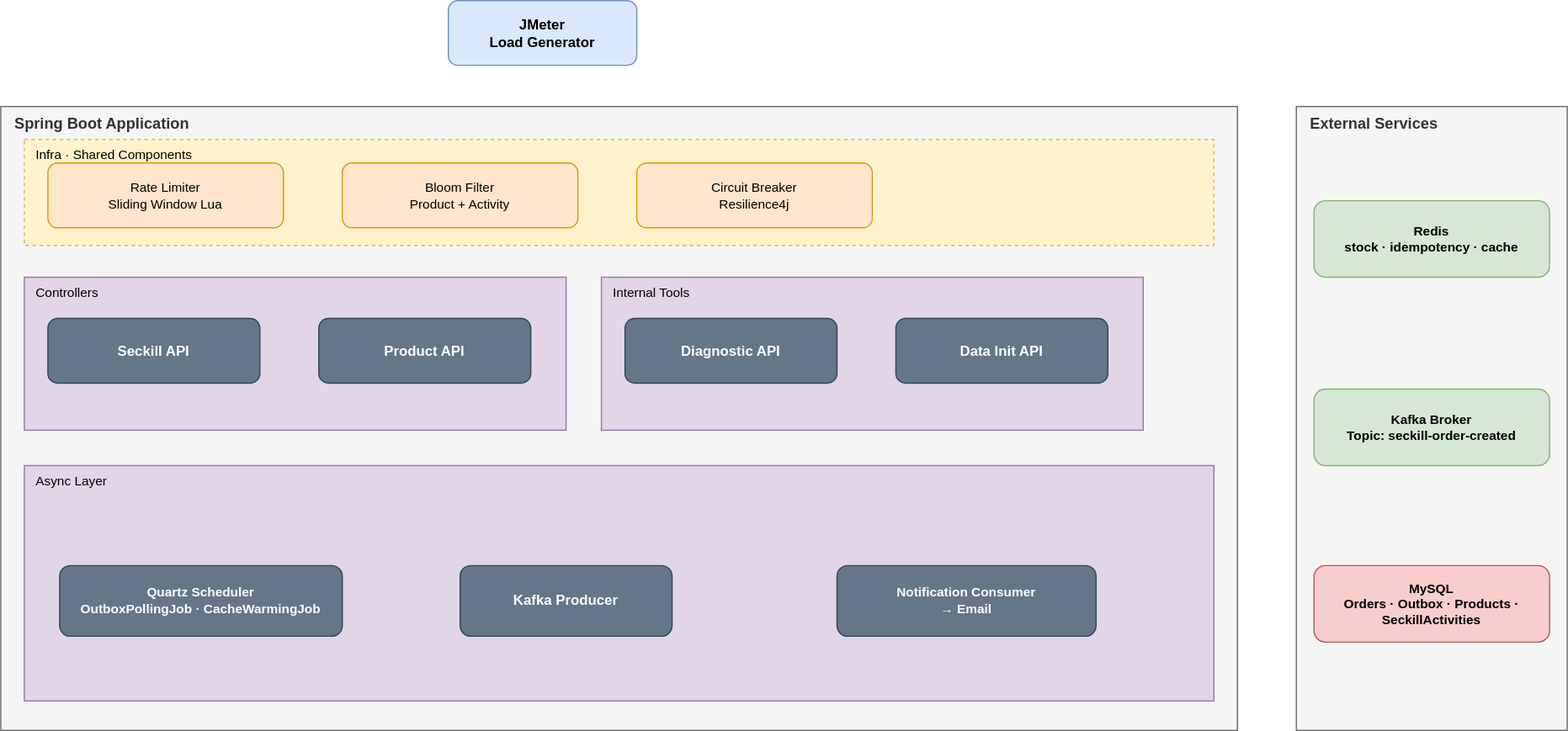
This is docs/images/architecture.svg from Kazama1996/high-concurrency-seckill-system, a draw.io export, as it was before one commit. Source tidied: cells renumbered, new cells last; positions are measured from the earlier drawing's top-left corner, leaving out a move shared by most shapes. Its diagram source:
```xml
<mxGraphModel>
  <root>
    <mxCell id="0" />
    <mxCell id="1" parent="0" />
    <mxCell id="2" value="JMeter&#10;Load Generator" style="rounded=1;whiteSpace=wrap;html=1;fillColor=#dae8fc;strokeColor=#6c8ebf;fontStyle=1;fontSize=12;" parent="1" vertex="1">
      <mxGeometry x="380" width="160" height="55" as="geometry" />
    </mxCell>
    <mxCell id="3" value="Spring Boot Application" style="rounded=0;whiteSpace=wrap;html=1;fillColor=#f5f5f5;strokeColor=#666666;fontColor=#333333;verticalAlign=top;align=left;spacingLeft=10;fontStyle=1;fontSize=13;" parent="1" vertex="1">
      <mxGeometry y="90" width="1050" height="530" as="geometry" />
    </mxCell>
    <mxCell id="4" value="Infra · Shared Components" style="rounded=0;whiteSpace=wrap;html=1;fillColor=#fff2cc;strokeColor=#d6b656;dashed=1;verticalAlign=top;align=left;spacingLeft=8;fontSize=11;" parent="1" vertex="1">
      <mxGeometry x="20" y="118" width="1010" height="90" as="geometry" />
    </mxCell>
    <mxCell id="5" value="Rate Limiter&#10;Sliding Window Lua" style="rounded=1;whiteSpace=wrap;html=1;fillColor=#ffe6cc;strokeColor=#d79b00;fontSize=11;" parent="1" vertex="1">
      <mxGeometry x="40" y="138" width="200" height="55" as="geometry" />
    </mxCell>
    <mxCell id="6" value="Bloom Filter&#10;Product + Activity" style="rounded=1;whiteSpace=wrap;html=1;fillColor=#ffe6cc;strokeColor=#d79b00;fontSize=11;" parent="1" vertex="1">
      <mxGeometry x="290" y="138" width="200" height="55" as="geometry" />
    </mxCell>
    <mxCell id="7" value="Circuit Breaker&#10;Resilience4j" style="rounded=1;whiteSpace=wrap;html=1;fillColor=#ffe6cc;strokeColor=#d79b00;fontSize=11;" parent="1" vertex="1">
      <mxGeometry x="540" y="138" width="200" height="55" as="geometry" />
    </mxCell>
    <mxCell id="8" value="Controllers" style="rounded=0;whiteSpace=wrap;html=1;fillColor=#e1d5e7;strokeColor=#9673a6;verticalAlign=top;align=left;spacingLeft=8;fontSize=11;" parent="1" vertex="1">
      <mxGeometry x="20" y="235" width="460" height="130" as="geometry" />
    </mxCell>
    <mxCell id="9" value="Seckill API" style="rounded=1;whiteSpace=wrap;html=1;fillColor=#647687;fontColor=#ffffff;strokeColor=#314354;fontStyle=1;" parent="1" vertex="1">
      <mxGeometry x="40" y="270" width="180" height="55" as="geometry" />
    </mxCell>
    <mxCell id="10" value="Product API" style="rounded=1;whiteSpace=wrap;html=1;fillColor=#647687;fontColor=#ffffff;strokeColor=#314354;fontStyle=1;" parent="1" vertex="1">
      <mxGeometry x="270" y="270" width="180" height="55" as="geometry" />
    </mxCell>
    <mxCell id="11" value="Internal Tools" style="rounded=0;whiteSpace=wrap;html=1;fillColor=#e1d5e7;strokeColor=#9673a6;verticalAlign=top;align=left;spacingLeft=8;fontSize=11;" parent="1" vertex="1">
      <mxGeometry x="510" y="235" width="460" height="130" as="geometry" />
    </mxCell>
    <mxCell id="12" value="Diagnostic API" style="rounded=1;whiteSpace=wrap;html=1;fillColor=#647687;fontColor=#ffffff;strokeColor=#314354;fontStyle=1;" parent="1" vertex="1">
      <mxGeometry x="530" y="270" width="180" height="55" as="geometry" />
    </mxCell>
    <mxCell id="13" value="Data Init API" style="rounded=1;whiteSpace=wrap;html=1;fillColor=#647687;fontColor=#ffffff;strokeColor=#314354;fontStyle=1;" parent="1" vertex="1">
      <mxGeometry x="760" y="270" width="180" height="55" as="geometry" />
    </mxCell>
    <mxCell id="14" value="Async Layer" style="rounded=0;whiteSpace=wrap;html=1;fillColor=#e1d5e7;strokeColor=#9673a6;verticalAlign=top;align=left;spacingLeft=8;fontSize=11;" parent="1" vertex="1">
      <mxGeometry x="20" y="395" width="1010" height="200" as="geometry" />
    </mxCell>
    <mxCell id="15" value="Quartz Scheduler&#10;OutboxPollingJob · CacheWarmingJob" style="rounded=1;whiteSpace=wrap;html=1;fillColor=#647687;fontColor=#ffffff;strokeColor=#314354;fontStyle=1;fontSize=11;" parent="1" vertex="1">
      <mxGeometry x="50" y="480" width="240" height="60" as="geometry" />
    </mxCell>
    <mxCell id="16" value="Kafka Producer" style="rounded=1;whiteSpace=wrap;html=1;fillColor=#647687;fontColor=#ffffff;strokeColor=#314354;fontStyle=1;" parent="1" vertex="1">
      <mxGeometry x="390" y="480" width="180" height="60" as="geometry" />
    </mxCell>
    <mxCell id="17" value="Notification Consumer&#10;→ Email" style="rounded=1;whiteSpace=wrap;html=1;fillColor=#647687;fontColor=#ffffff;strokeColor=#314354;fontStyle=1;fontSize=11;" parent="1" vertex="1">
      <mxGeometry x="710" y="480" width="220" height="60" as="geometry" />
    </mxCell>
    <mxCell id="18" value="External Services" style="rounded=0;whiteSpace=wrap;html=1;fillColor=#f5f5f5;strokeColor=#666666;fontColor=#333333;verticalAlign=top;align=left;spacingLeft=10;fontStyle=1;fontSize=13;" parent="1" vertex="1">
      <mxGeometry x="1100" y="90" width="230" height="530" as="geometry" />
    </mxCell>
    <mxCell id="19" value="Redis&#10;stock · idempotency · cache" style="rounded=1;whiteSpace=wrap;html=1;fillColor=#d5e8d4;strokeColor=#82b366;fontStyle=1;fontSize=11;" parent="1" vertex="1">
      <mxGeometry x="1115" y="170" width="200" height="65" as="geometry" />
    </mxCell>
    <mxCell id="20" value="Kafka Broker&#10;Topic: seckill-order-created" style="rounded=1;whiteSpace=wrap;html=1;fillColor=#d5e8d4;strokeColor=#82b366;fontStyle=1;fontSize=11;" parent="1" vertex="1">
      <mxGeometry x="1115" y="330" width="200" height="65" as="geometry" />
    </mxCell>
    <mxCell id="21" value="MySQL&#10;Orders · Outbox · Products · SeckillActivities" style="rounded=1;whiteSpace=wrap;html=1;fillColor=#f8cecc;strokeColor=#b85450;fontStyle=1;fontSize=11;" parent="1" vertex="1">
      <mxGeometry x="1115" y="480" width="200" height="65" as="geometry" />
    </mxCell>
  </root>
</mxGraphModel>
```
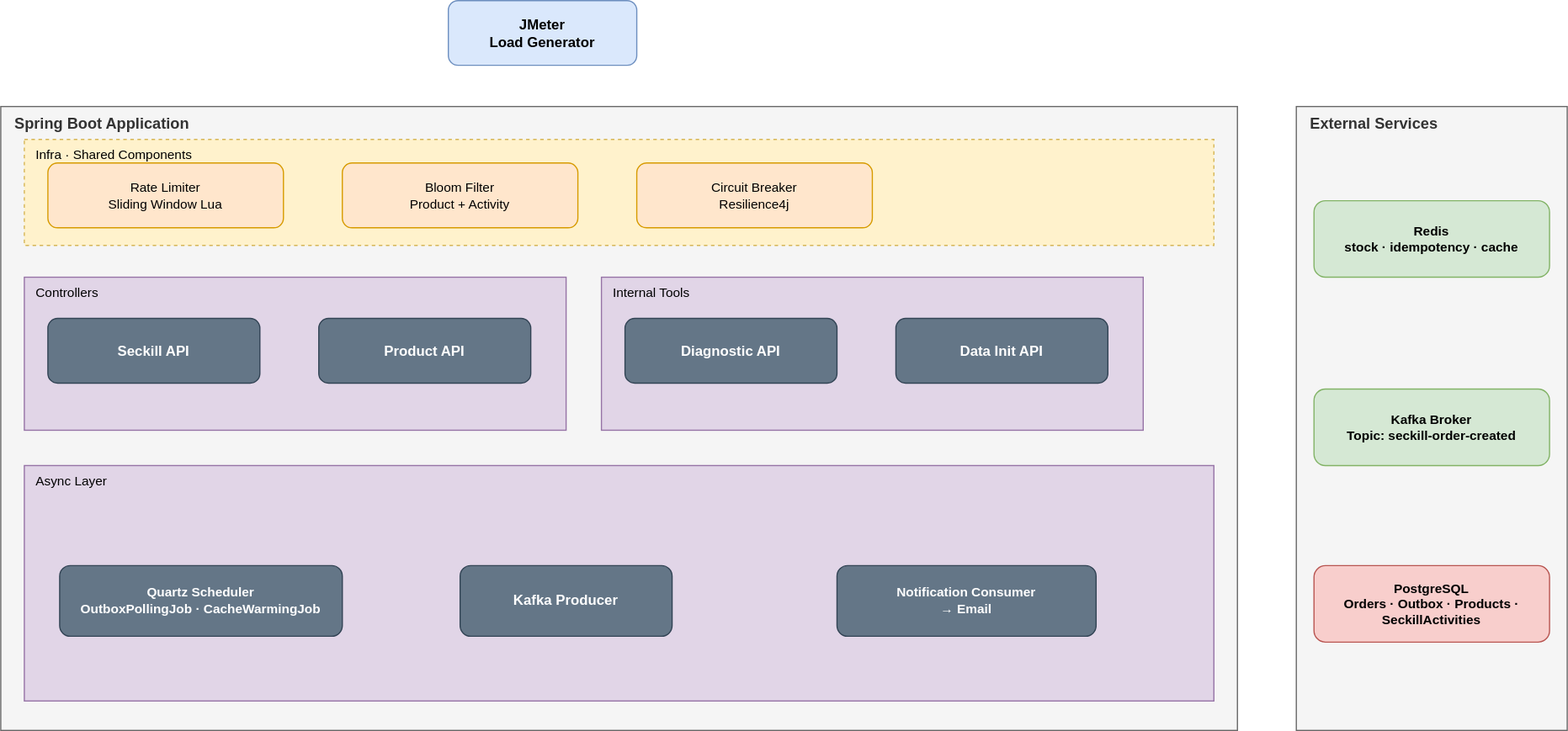
After the change.

Commit message:
docs: fix architecture diagram DB label and seckill-activity example body (#64)

Architecture diagram labeled the persistence layer "MySQL" while the project
uses PostgreSQL everywhere else. README's Create Seckill Activities example
body was a bare object, but the endpoint takes a List<CreateSeckillActivityRequest>
JSON array — following the doc literally produced a 400.

What changed in the source:
```diff
@@ -59,7 +59,7 @@
     <mxCell id="20" value="Kafka Broker&#10;Topic: seckill-order-created" style="rounded=1;whiteSpace=wrap;html=1;fillColor=#d5e8d4;strokeColor=#82b366;fontStyle=1;fontSize=11;" parent="1" vertex="1">
       <mxGeometry x="1115" y="330" width="200" height="65" as="geometry" />
     </mxCell>
-    <mxCell id="21" value="MySQL&#10;Orders · Outbox · Products · SeckillActivities" style="rounded=1;whiteSpace=wrap;html=1;fillColor=#f8cecc;strokeColor=#b85450;fontStyle=1;fontSize=11;" parent="1" vertex="1">
+    <mxCell id="21" value="PostgreSQL&#10;Orders · Outbox · Products · SeckillActivities" style="rounded=1;whiteSpace=wrap;html=1;fillColor=#f8cecc;strokeColor=#b85450;fontStyle=1;fontSize=11;" parent="1" vertex="1">
       <mxGeometry x="1115" y="480" width="200" height="65" as="geometry" />
     </mxCell>
   </root>
```
